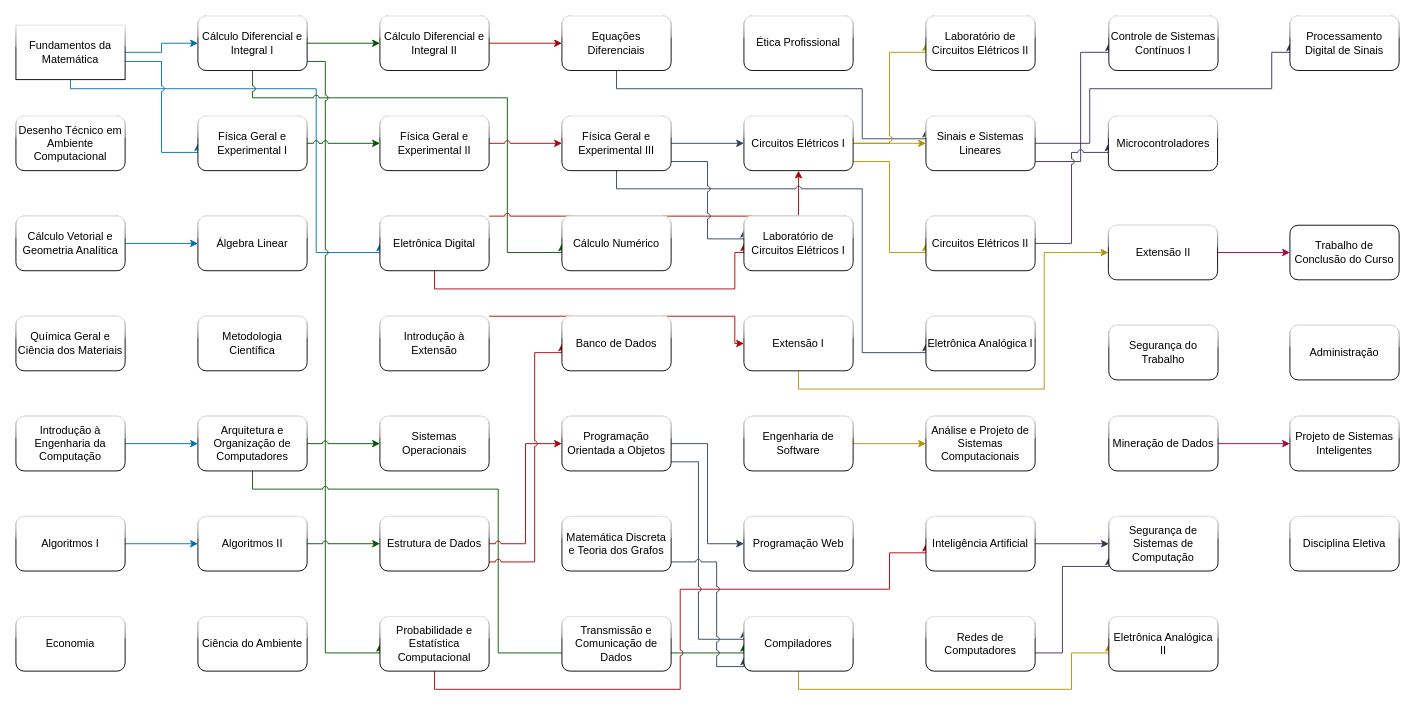
Before: fluxograma-disciplinas.drawio in mateus-s-a/IFMT_Eng_Computacao, a draw.io diagram. Source tidied: cells renumbered, new cells numbered last; positions are measured from the earlier drawing's top-left corner, leaving out a move shared by most shapes. Both pictures are drawn from the tidied source at 91%, with x=0, y=0 at pixel (15, 15).
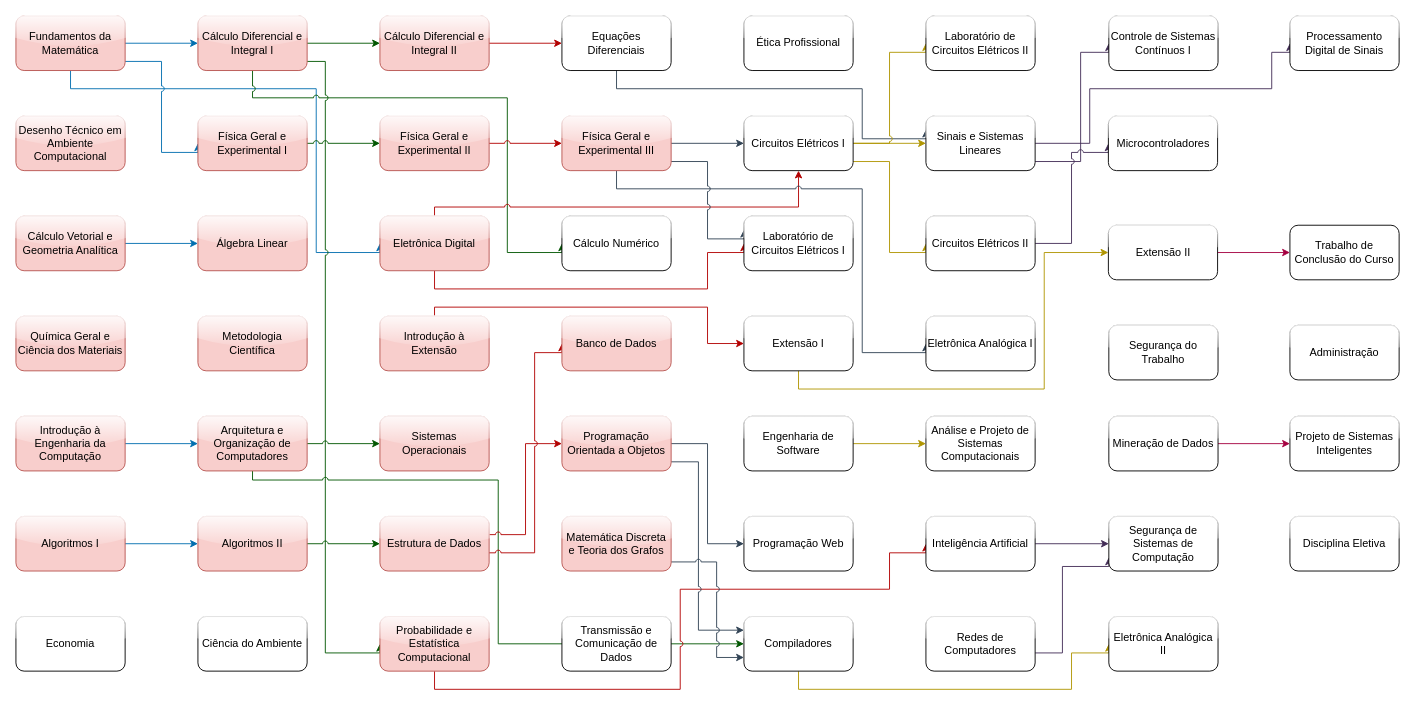
Above is the later version.

The change refers to these unchanged cells:
```xml
<mxCell id="62" value="Circuitos Elétricos I" style="rounded=1;whiteSpace=wrap;html=1;glass=1;" parent="1" vertex="1">
  <mxGeometry x="800" y="110" width="120" height="60" as="geometry" />
</mxCell>
<mxCell id="63" value="Laboratório de Circuitos Elétricos I" style="rounded=1;whiteSpace=wrap;html=1;glass=1;" parent="1" vertex="1">
  <mxGeometry x="800" y="220" width="120" height="60" as="geometry" />
</mxCell>
<mxCell id="65" value="Extensão I" style="rounded=1;whiteSpace=wrap;html=1;glass=1;" parent="1" vertex="1">
  <mxGeometry x="800" y="330" width="120" height="60" as="geometry" />
</mxCell>
<mxCell id="70" value="Compiladores" style="rounded=1;whiteSpace=wrap;html=1;glass=1;" parent="1" vertex="1">
  <mxGeometry x="800" y="660" width="120" height="60" as="geometry" />
</mxCell>
```

Diff of the diagram source:
```diff
@@
-    <mxCell id="5" value="Fundamentos da Matemática" style="rounded=0;whiteSpace=wrap;html=1;glass=1;shadow=0;" parent="1" vertex="1">
-      <mxGeometry y="10" width="120" height="60" as="geometry" />
+    <mxCell id="5" value="Fundamentos da Matemática" style="rounded=1;whiteSpace=wrap;html=1;glass=1;shadow=0;fillColor=#f8cecc;strokeColor=#b85450;" parent="1" vertex="1">
+      <mxGeometry width="120" height="60" as="geometry" />
     </mxCell>
-    <mxCell id="6" value="Desenho Técnico em Ambiente Computacional" style="rounded=1;whiteSpace=wrap;html=1;glass=1;" parent="1" vertex="1">
+    <mxCell id="6" value="Desenho Técnico em Ambiente Computacional" style="rounded=1;whiteSpace=wrap;html=1;glass=1;fillColor=#f8cecc;strokeColor=#b85450;" parent="1" vertex="1">
       <mxGeometry y="110" width="120" height="60" as="geometry" />
     </mxCell>
@@
-    <mxCell id="8" value="Cálculo Vetorial e Geometria Analítica" style="rounded=1;whiteSpace=wrap;html=1;glass=1;" parent="1" vertex="1">
+    <mxCell id="8" value="Cálculo Vetorial e Geometria Analítica" style="rounded=1;whiteSpace=wrap;html=1;glass=1;fillColor=#f8cecc;strokeColor=#b85450;" parent="1" vertex="1">
       <mxGeometry y="220" width="120" height="60" as="geometry" />
     </mxCell>
-    <mxCell id="9" value="&lt;div&gt;Química Geral e Ciência dos Materiais&lt;/div&gt;" style="rounded=1;whiteSpace=wrap;html=1;glass=1;" parent="1" vertex="1">
+    <mxCell id="9" value="&lt;div&gt;Química Geral e Ciência dos Materiais&lt;/div&gt;" style="rounded=1;whiteSpace=wrap;html=1;glass=1;fillColor=#f8cecc;strokeColor=#b85450;" parent="1" vertex="1">
       <mxGeometry y="330" width="120" height="60" as="geometry" />
     </mxCell>
@@
-    <mxCell id="11" value="Introdução à Engenharia da Computação" style="rounded=1;whiteSpace=wrap;html=1;glass=1;" parent="1" vertex="1">
+    <mxCell id="11" value="Introdução à Engenharia da Computação" style="rounded=1;whiteSpace=wrap;html=1;glass=1;fillColor=#f8cecc;strokeColor=#b85450;" parent="1" vertex="1">
       <mxGeometry y="440" width="120" height="60" as="geometry" />
     </mxCell>
@@
-    <mxCell id="13" value="Algoritmos I" style="rounded=1;whiteSpace=wrap;html=1;glass=1;" parent="1" vertex="1">
+    <mxCell id="13" value="Algoritmos I" style="rounded=1;whiteSpace=wrap;html=1;glass=1;fillColor=#f8cecc;strokeColor=#b85450;" parent="1" vertex="1">
       <mxGeometry y="550" width="120" height="60" as="geometry" />
     </mxCell>
@@
-    <mxCell id="18" value="&lt;div&gt;Cálculo Diferencial e Integral I&lt;/div&gt;" style="rounded=1;whiteSpace=wrap;html=1;glass=1;" parent="1" vertex="1">
+    <mxCell id="18" value="&lt;div&gt;Cálculo Diferencial e Integral I&lt;/div&gt;" style="rounded=1;whiteSpace=wrap;html=1;glass=1;fillColor=#f8cecc;strokeColor=#b85450;" parent="1" vertex="1">
       <mxGeometry x="200" width="120" height="60" as="geometry" />
     </mxCell>
@@
-    <mxCell id="20" value="&lt;div&gt;Física Geral e Experimental I&lt;/div&gt;" style="rounded=1;whiteSpace=wrap;html=1;glass=1;" parent="1" vertex="1">
+    <mxCell id="20" value="&lt;div&gt;Física Geral e Experimental I&lt;/div&gt;" style="rounded=1;whiteSpace=wrap;html=1;glass=1;fillColor=#f8cecc;strokeColor=#b85450;" parent="1" vertex="1">
       <mxGeometry x="200" y="110" width="120" height="60" as="geometry" />
     </mxCell>
-    <mxCell id="21" value="Álgebra Linear" style="rounded=1;whiteSpace=wrap;html=1;glass=1;" parent="1" vertex="1">
+    <mxCell id="21" value="Álgebra Linear" style="rounded=1;whiteSpace=wrap;html=1;glass=1;fillColor=#f8cecc;strokeColor=#b85450;" parent="1" vertex="1">
       <mxGeometry x="200" y="220" width="120" height="60" as="geometry" />
     </mxCell>
-    <mxCell id="22" value="Metodologia Científica" style="rounded=1;whiteSpace=wrap;html=1;glass=1;" parent="1" vertex="1">
+    <mxCell id="22" value="Metodologia Científica" style="rounded=1;whiteSpace=wrap;html=1;glass=1;fillColor=#f8cecc;strokeColor=#b85450;" parent="1" vertex="1">
       <mxGeometry x="200" y="330" width="120" height="60" as="geometry" />
     </mxCell>
@@
-    <mxCell id="24" style="edgeStyle=orthogonalEdgeStyle;rounded=0;jettySize=auto;html=1;entryX=0;entryY=0.5;entryDx=0;entryDy=0;fillColor=#008a00;strokeColor=#005700;jumpStyle=arc;" parent="1" edge="1" source="25" target="70">
+    <mxCell id="24" style="edgeStyle=orthogonalEdgeStyle;rounded=0;jettySize=auto;html=1;entryX=0;entryY=0.5;entryDx=0;entryDy=0;fillColor=#008a00;strokeColor=#005700;jumpStyle=arc;" parent="1" edge="1" target="70">
       <mxGeometry relative="1" as="geometry">
+        <mxPoint x="260" y="490" as="sourcePoint" />
         <Array as="points">
-          <mxPoint x="260" y="520" />
-          <mxPoint x="530" y="520" />
-          <mxPoint x="530" y="700" />
+          <mxPoint x="260" y="510" />
+          <mxPoint x="530" y="510" />
+          <mxPoint x="530" y="690" />
         </Array>
       </mxGeometry>
     </mxCell>
-    <mxCell id="25" value="Arquitetura e Organização de Computadores" style="rounded=1;whiteSpace=wrap;html=1;glass=1;" parent="1" vertex="1">
+    <mxCell id="25" value="Arquitetura e Organização de Computadores" style="rounded=1;whiteSpace=wrap;html=1;glass=1;fillColor=#f8cecc;strokeColor=#b85450;" parent="1" vertex="1">
       <mxGeometry x="200" y="440" width="120" height="60" as="geometry" />
     </mxCell>
@@
-    <mxCell id="27" value="&lt;div&gt;Algoritmos II&lt;/div&gt;" style="rounded=1;whiteSpace=wrap;html=1;glass=1;" parent="1" vertex="1">
+    <mxCell id="27" value="&lt;div&gt;Algoritmos II&lt;/div&gt;" style="rounded=1;whiteSpace=wrap;html=1;glass=1;fillColor=#f8cecc;strokeColor=#b85450;" parent="1" vertex="1">
       <mxGeometry x="200" y="550" width="120" height="60" as="geometry" />
     </mxCell>
@@
-    <mxCell id="30" value="&lt;div&gt;Física Geral e Experimental II&lt;/div&gt;" style="rounded=1;whiteSpace=wrap;html=1;glass=1;" parent="1" vertex="1">
+    <mxCell id="30" value="&lt;div&gt;Física Geral e Experimental II&lt;/div&gt;" style="rounded=1;whiteSpace=wrap;html=1;glass=1;fillColor=#f8cecc;strokeColor=#b85450;" parent="1" vertex="1">
       <mxGeometry x="400" y="110" width="120" height="60" as="geometry" />
     </mxCell>
     <mxCell id="31" style="edgeStyle=orthogonalEdgeStyle;rounded=0;jettySize=auto;html=1;entryX=0.5;entryY=1;entryDx=0;entryDy=0;fillColor=#e51400;strokeColor=#B20000;jumpStyle=arc;" parent="1" edge="1" source="33" target="62">
       <mxGeometry relative="1" as="geometry">
         <Array as="points">
-          <mxPoint x="460" y="220" />
-          <mxPoint x="860" y="220" />
+          <mxPoint x="460" y="210" />
+          <mxPoint x="860" y="210" />
         </Array>
       </mxGeometry>
     </mxCell>
     <mxCell id="32" style="edgeStyle=orthogonalEdgeStyle;rounded=0;jettySize=auto;html=1;entryX=0;entryY=0.5;entryDx=0;entryDy=0;fillColor=#e51400;strokeColor=#B20000;jumpStyle=arc;" parent="1" edge="1" source="33" target="63">
       <mxGeometry relative="1" as="geometry">
         <Array as="points">
           <mxPoint x="460" y="300" />
-          <mxPoint x="790" y="300" />
-          <mxPoint x="790" y="260" />
+          <mxPoint x="760" y="300" />
+          <mxPoint x="760" y="260" />
+          <mxPoint x="800" y="260" />
         </Array>
       </mxGeometry>
     </mxCell>
-    <mxCell id="33" value="Eletrônica Digital" style="rounded=1;whiteSpace=wrap;html=1;glass=1;" parent="1" vertex="1">
+    <mxCell id="33" value="Eletrônica Digital" style="rounded=1;whiteSpace=wrap;html=1;glass=1;fillColor=#f8cecc;strokeColor=#b85450;" parent="1" vertex="1">
       <mxGeometry x="400" y="220" width="120" height="60" as="geometry" />
     </mxCell>
     <mxCell id="34" style="edgeStyle=orthogonalEdgeStyle;rounded=0;jettySize=auto;html=1;entryX=0;entryY=0.5;entryDx=0;entryDy=0;fillColor=#e51400;strokeColor=#B20000;jumpStyle=arc;" parent="1" edge="1" source="35" target="65">
       <mxGeometry relative="1" as="geometry">
         <Array as="points">
-          <mxPoint x="460" y="330" />
-          <mxPoint x="790" y="330" />
-          <mxPoint x="790" y="370" />
+          <mxPoint x="460" y="320" />
+          <mxPoint x="760" y="320" />
+          <mxPoint x="760" y="360" />
         </Array>
       </mxGeometry>
     </mxCell>
-    <mxCell id="35" value="Introdução à Extensão" style="rounded=1;whiteSpace=wrap;html=1;glass=1;" parent="1" vertex="1">
+    <mxCell id="35" value="Introdução à Extensão" style="rounded=1;whiteSpace=wrap;html=1;glass=1;fillColor=#f8cecc;strokeColor=#b85450;" parent="1" vertex="1">
       <mxGeometry x="400" y="330" width="120" height="60" as="geometry" />
     </mxCell>
-    <mxCell id="36" value="Sistemas Operacionais" style="rounded=1;whiteSpace=wrap;html=1;glass=1;" parent="1" vertex="1">
+    <mxCell id="36" value="Sistemas Operacionais" style="rounded=1;whiteSpace=wrap;html=1;glass=1;fillColor=#f8cecc;strokeColor=#b85450;" parent="1" vertex="1">
       <mxGeometry x="400" y="440" width="120" height="60" as="geometry" />
     </mxCell>
     <mxCell id="37" style="edgeStyle=orthogonalEdgeStyle;rounded=0;jettySize=auto;html=1;entryX=0;entryY=0.5;entryDx=0;entryDy=0;fillColor=#e51400;strokeColor=#B20000;jumpStyle=arc;" parent="1" edge="1" source="39" target="54">
-      <mxGeometry relative="1" as="geometry" />
+      <mxGeometry relative="1" as="geometry">
+        <Array as="points">
+          <mxPoint x="560" y="570" />
+          <mxPoint x="560" y="470" />
+        </Array>
+      </mxGeometry>
     </mxCell>
     <mxCell id="38" style="edgeStyle=orthogonalEdgeStyle;rounded=0;jettySize=auto;html=1;entryX=0;entryY=0.5;entryDx=0;entryDy=0;jumpStyle=arc;fillColor=#e51400;strokeColor=#B20000;" parent="1" edge="1" source="39" target="51">
       <mxGeometry relative="1" as="geometry">
         <Array as="points">
-          <mxPoint x="570" y="600" />
+          <mxPoint x="570" y="590" />
           <mxPoint x="570" y="370" />
+          <mxPoint x="600" y="370" />
         </Array>
       </mxGeometry>
     </mxCell>
-    <mxCell id="39" value="Estrutura de Dados" style="rounded=1;whiteSpace=wrap;html=1;glass=1;" parent="1" vertex="1">
+    <mxCell id="39" value="Estrutura de Dados" style="rounded=1;whiteSpace=wrap;html=1;glass=1;fillColor=#f8cecc;strokeColor=#b85450;" parent="1" vertex="1">
       <mxGeometry x="400" y="550" width="120" height="60" as="geometry" />
     </mxCell>
@@
-    <mxCell id="41" value="Probabilidade e Estatística Computacional" style="rounded=1;whiteSpace=wrap;html=1;glass=1;" parent="1" vertex="1">
+    <mxCell id="41" value="Probabilidade e Estatística Computacional" style="rounded=1;whiteSpace=wrap;html=1;glass=1;fillColor=#f8cecc;strokeColor=#b85450;" parent="1" vertex="1">
       <mxGeometry x="400" y="660" width="120" height="60" as="geometry" />
     </mxCell>
@@
-    <mxCell id="43" value="&lt;div&gt;Cálculo Diferencial e Integral II&lt;/div&gt;" style="rounded=1;whiteSpace=wrap;html=1;glass=1;" parent="1" vertex="1">
+    <mxCell id="43" value="&lt;div&gt;Cálculo Diferencial e Integral II&lt;/div&gt;" style="rounded=1;whiteSpace=wrap;html=1;glass=1;fillColor=#f8cecc;strokeColor=#b85450;" parent="1" vertex="1">
       <mxGeometry x="400" width="120" height="60" as="geometry" />
     </mxCell>
@@
-    <mxCell id="49" value="&lt;div&gt;Física Geral e Experimental III&lt;/div&gt;" style="rounded=1;whiteSpace=wrap;html=1;glass=1;" parent="1" vertex="1">
+    <mxCell id="49" value="&lt;div&gt;Física Geral e Experimental III&lt;/div&gt;" style="rounded=1;whiteSpace=wrap;html=1;glass=1;fillColor=#f8cecc;strokeColor=#b85450;" parent="1" vertex="1">
       <mxGeometry x="600" y="110" width="120" height="60" as="geometry" />
     </mxCell>
@@
-    <mxCell id="51" value="Banco de Dados" style="rounded=1;whiteSpace=wrap;html=1;glass=1;" parent="1" vertex="1">
+    <mxCell id="51" value="Banco de Dados" style="rounded=1;whiteSpace=wrap;html=1;glass=1;fillColor=#f8cecc;strokeColor=#b85450;" parent="1" vertex="1">
       <mxGeometry x="600" y="330" width="120" height="60" as="geometry" />
     </mxCell>
@@
     <mxCell id="53" style="edgeStyle=orthogonalEdgeStyle;rounded=0;jettySize=auto;html=1;entryX=0;entryY=0.25;entryDx=0;entryDy=0;jumpStyle=arc;fillColor=#647687;strokeColor=#314354;" parent="1" edge="1" source="54" target="70">
       <mxGeometry relative="1" as="geometry">
         <Array as="points">
           <mxPoint x="750" y="490" />
-          <mxPoint x="750" y="685" />
+          <mxPoint x="750" y="675" />
         </Array>
       </mxGeometry>
     </mxCell>
-    <mxCell id="54" value="Programação Orientada a Objetos" style="rounded=1;whiteSpace=wrap;html=1;glass=1;" parent="1" vertex="1">
+    <mxCell id="54" value="Programação Orientada a Objetos" style="rounded=1;whiteSpace=wrap;html=1;glass=1;fillColor=#f8cecc;strokeColor=#b85450;" parent="1" vertex="1">
       <mxGeometry x="600" y="440" width="120" height="60" as="geometry" />
     </mxCell>
     <mxCell id="55" style="edgeStyle=orthogonalEdgeStyle;rounded=0;jettySize=auto;html=1;entryX=0;entryY=0.75;entryDx=0;entryDy=0;jumpStyle=arc;fillColor=#647687;strokeColor=#314354;" parent="1" edge="1" source="56" target="70">
       <mxGeometry relative="1" as="geometry">
         <Array as="points">
           <mxPoint x="770" y="600" />
-          <mxPoint x="770" y="715" />
+          <mxPoint x="770" y="705" />
         </Array>
       </mxGeometry>
     </mxCell>
-    <mxCell id="56" value="Matemática Discreta e Teoria dos Grafos" style="rounded=1;whiteSpace=wrap;html=1;glass=1;" parent="1" vertex="1">
+    <mxCell id="56" value="Matemática Discreta e Teoria dos Grafos" style="rounded=1;whiteSpace=wrap;html=1;glass=1;fillColor=#f8cecc;strokeColor=#b85450;" parent="1" vertex="1">
       <mxGeometry x="600" y="550" width="120" height="60" as="geometry" />
     </mxCell>
```
